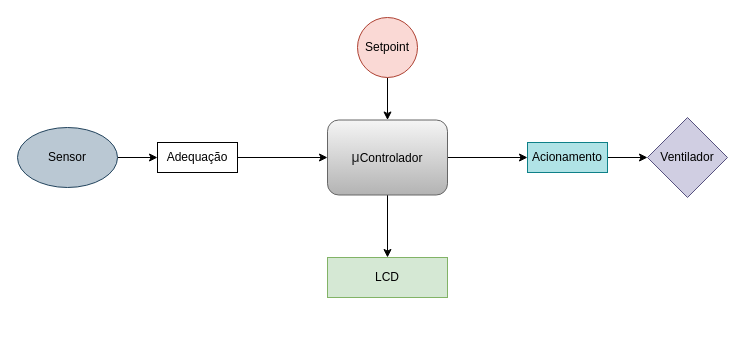
Before: 2022.2/ventsys/ventsys.drawio in vm-bertini/ea075-2023.1, a draw.io diagram. Source tidied: cells renumbered, new cells numbered last; positions are measured from the earlier drawing's top-left corner, leaving out a move shared by most shapes. Both pictures are drawn from the tidied source at 100%, with x=0, y=0 at pixel (17, 17).
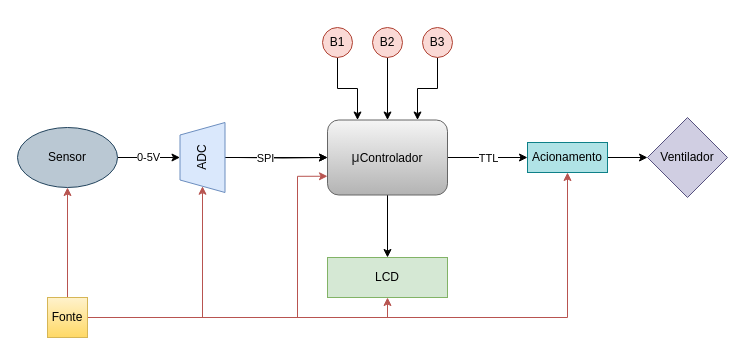
The same page after the edit.

Commit message:
Blocos atualizados

The change refers to these unchanged cells:
```xml
<mxCell id="2" style="edgeStyle=orthogonalEdgeStyle;rounded=0;jettySize=auto;html=1;exitX=1;exitY=0.5;exitDx=0;exitDy=0;fontFamily=Helvetica;entryX=0;entryY=0.5;entryDx=0;entryDy=0;" parent="1" edge="1" source="4" target="11">
  <mxGeometry relative="1" as="geometry" />
</mxCell>
<mxCell id="4" value="&lt;p&gt;&lt;span style=&quot;color: rgb(32, 33, 34); font-size: 14px; text-align: start;&quot;&gt;μ&lt;/span&gt;Controlador&lt;/p&gt;" style="rounded=1;whiteSpace=wrap;html=1;fontSize=12;glass=0;strokeWidth=1;shadow=0;fillColor=#f5f5f5;strokeColor=#666666;gradientColor=#b3b3b3;" parent="1" vertex="1">
  <mxGeometry x="310" y="102.5" width="120" height="75" as="geometry" />
</mxCell>
<mxCell id="8" value="Sensor" style="ellipse;whiteSpace=wrap;html=1;fillColor=#bac8d3;strokeColor=#23445d;" parent="1" vertex="1">
  <mxGeometry y="110" width="100" height="60" as="geometry" />
</mxCell>
<mxCell id="11" value="Acionamento" style="rounded=0;whiteSpace=wrap;html=1;fillColor=#b0e3e6;strokeColor=#0e8088;" parent="1" vertex="1">
  <mxGeometry x="510" y="125" width="80" height="30" as="geometry" />
</mxCell>
<mxCell id="12" value="LCD" style="rounded=0;whiteSpace=wrap;html=1;fontFamily=Helvetica;fillColor=#d5e8d4;strokeColor=#82b366;" parent="1" vertex="1">
  <mxGeometry x="310" y="240" width="120" height="40" as="geometry" />
</mxCell>
```

The edit, as a diff of the source:
```diff
@@
+    <mxCell id="15" value="TTL" style="edgeLabel;html=1;align=center;verticalAlign=middle;" parent="2" vertex="1">
+      <mxGeometry x="0.3" relative="1" as="geometry">
+        <mxPoint x="-12" as="offset" />
+      </mxGeometry>
+    </mxCell>
@@
-    <mxCell id="5" style="edgeStyle=orthogonalEdgeStyle;rounded=0;jettySize=auto;html=1;entryX=0;entryY=0.5;entryDx=0;entryDy=0;exitX=1;exitY=0.5;exitDx=0;exitDy=0;" parent="1" edge="1" source="6" target="4">
-      <mxGeometry relative="1" as="geometry" />
+    <mxCell id="5" style="edgeStyle=orthogonalEdgeStyle;rounded=0;jettySize=auto;html=1;entryX=0;entryY=0.5;entryDx=0;entryDy=0;exitX=1;exitY=0.5;exitDx=0;exitDy=0;" parent="1" edge="1" target="4">
+      <mxGeometry relative="1" as="geometry">
+        <mxPoint x="220" y="140" as="sourcePoint" />
+      </mxGeometry>
     </mxCell>
-    <mxCell id="6" value="Adequação" style="rounded=0;whiteSpace=wrap;html=1;" parent="1" vertex="1">
-      <mxGeometry x="140" y="125" width="80" height="30" as="geometry" />
-    </mxCell>
-    <mxCell id="7" style="edgeStyle=orthogonalEdgeStyle;rounded=0;jettySize=auto;html=1;exitX=1;exitY=0.5;exitDx=0;exitDy=0;entryX=0;entryY=0.5;entryDx=0;entryDy=0;fontFamily=Helvetica;" parent="1" edge="1" source="8" target="6">
+    <mxCell id="7" value="0-5V" style="edgeStyle=orthogonalEdgeStyle;rounded=0;jettySize=auto;html=1;exitX=1;exitY=0.5;exitDx=0;exitDy=0;entryX=0.5;entryY=0;entryDx=0;entryDy=0;fontFamily=Helvetica;" parent="1" edge="1" source="8" target="18">
       <mxGeometry relative="1" as="geometry" />
     </mxCell>
@@
-    <mxCell id="13" style="edgeStyle=orthogonalEdgeStyle;rounded=0;jettySize=auto;html=1;fontFamily=Helvetica;" parent="1" edge="1" source="14" target="4">
-      <mxGeometry relative="1" as="geometry" />
+    <mxCell id="13" style="edgeStyle=orthogonalEdgeStyle;rounded=0;jettySize=auto;html=1;" parent="1" edge="1" source="14" target="4">
+      <mxGeometry relative="1" as="geometry">
+        <Array as="points">
+          <mxPoint x="320" y="71" />
+          <mxPoint x="340" y="71" />
+        </Array>
+      </mxGeometry>
     </mxCell>
-    <mxCell id="14" value="Setpoint" style="ellipse;whiteSpace=wrap;html=1;fontFamily=Helvetica;fillColor=#fad9d5;strokeColor=#ae4132;" parent="1" vertex="1">
-      <mxGeometry x="340" width="60" height="60" as="geometry" />
+    <mxCell id="14" value="B1" style="ellipse;whiteSpace=wrap;html=1;fontFamily=Helvetica;fillColor=#fad9d5;strokeColor=#ae4132;" parent="1" vertex="1">
+      <mxGeometry x="305" y="10" width="30" height="30" as="geometry" />
     </mxCell>
+    <mxCell id="16" style="edgeStyle=orthogonalEdgeStyle;rounded=0;jettySize=auto;html=1;" parent="1" edge="1" source="18" target="4">
+      <mxGeometry relative="1" as="geometry" />
+    </mxCell>
+    <mxCell id="17" value="SPI" style="edgeLabel;html=1;align=center;verticalAlign=middle;" parent="16" vertex="1">
+      <mxGeometry x="-0.22" relative="1" as="geometry" />
+    </mxCell>
+    <mxCell id="18" value="ADC" style="shape=trapezoid;perimeter=trapezoidPerimeter;whiteSpace=wrap;html=1;fixedSize=1;rotation=-90;size=12.5;fillColor=#dae8fc;strokeColor=#6c8ebf;" parent="1" vertex="1">
+      <mxGeometry x="150" y="117.5" width="70" height="45" as="geometry" />
+    </mxCell>
+    <mxCell id="19" style="edgeStyle=orthogonalEdgeStyle;rounded=0;jettySize=auto;html=1;" parent="1" edge="1" source="20" target="4">
+      <mxGeometry relative="1" as="geometry" />
+    </mxCell>
+    <mxCell id="20" value="B2" style="ellipse;whiteSpace=wrap;html=1;fontFamily=Helvetica;fillColor=#fad9d5;strokeColor=#ae4132;" parent="1" vertex="1">
+      <mxGeometry x="355" y="10" width="30" height="30" as="geometry" />
+    </mxCell>
+    <mxCell id="21" style="edgeStyle=orthogonalEdgeStyle;rounded=0;jettySize=auto;html=1;" parent="1" edge="1" source="22" target="4">
+      <mxGeometry relative="1" as="geometry">
+        <Array as="points">
+          <mxPoint x="420" y="71" />
+          <mxPoint x="400" y="71" />
+        </Array>
+      </mxGeometry>
+    </mxCell>
+    <mxCell id="22" value="B3" style="ellipse;whiteSpace=wrap;html=1;fontFamily=Helvetica;fillColor=#fad9d5;strokeColor=#ae4132;" parent="1" vertex="1">
+      <mxGeometry x="405" y="10" width="30" height="30" as="geometry" />
+    </mxCell>
+    <mxCell id="23" style="edgeStyle=orthogonalEdgeStyle;rounded=0;jettySize=auto;html=1;fillColor=#f8cecc;gradientColor=#ea6b66;strokeColor=#b85450;" parent="1" edge="1" source="28" target="8">
+      <mxGeometry relative="1" as="geometry" />
+    </mxCell>
+    <mxCell id="24" style="edgeStyle=orthogonalEdgeStyle;rounded=0;jettySize=auto;html=1;exitX=1;exitY=0.5;exitDx=0;exitDy=0;entryX=0;entryY=0.5;entryDx=0;entryDy=0;fillColor=#f8cecc;gradientColor=#ea6b66;strokeColor=#b85450;" parent="1" edge="1" source="28" target="18">
+      <mxGeometry relative="1" as="geometry" />
+    </mxCell>
+    <mxCell id="25" style="edgeStyle=orthogonalEdgeStyle;rounded=0;jettySize=auto;html=1;entryX=0.5;entryY=1;entryDx=0;entryDy=0;fillColor=#f8cecc;gradientColor=#ea6b66;strokeColor=#b85450;" parent="1" edge="1" source="28" target="12">
+      <mxGeometry relative="1" as="geometry" />
+    </mxCell>
+    <mxCell id="26" style="edgeStyle=orthogonalEdgeStyle;rounded=0;jettySize=auto;html=1;entryX=0;entryY=0.75;entryDx=0;entryDy=0;fillColor=#f8cecc;gradientColor=#ea6b66;strokeColor=#b85450;" parent="1" edge="1" source="28" target="4">
+      <mxGeometry relative="1" as="geometry">
+        <Array as="points">
+          <mxPoint x="280" y="300" />
+          <mxPoint x="280" y="159" />
+        </Array>
+      </mxGeometry>
+    </mxCell>
+    <mxCell id="27" style="edgeStyle=orthogonalEdgeStyle;rounded=0;jettySize=auto;html=1;exitX=1;exitY=0.5;exitDx=0;exitDy=0;entryX=0.5;entryY=1;entryDx=0;entryDy=0;fillColor=#f8cecc;gradientColor=#ea6b66;strokeColor=#b85450;" parent="1" edge="1" source="28" target="11">
+      <mxGeometry relative="1" as="geometry" />
+    </mxCell>
+    <mxCell id="28" value="Fonte" style="rounded=0;whiteSpace=wrap;html=1;fontFamily=Helvetica;fillColor=#fff2cc;strokeColor=#d6b656;gradientColor=#ffd966;" parent="1" vertex="1">
+      <mxGeometry x="30" y="280" width="40" height="40" as="geometry" />
+    </mxCell>
```
